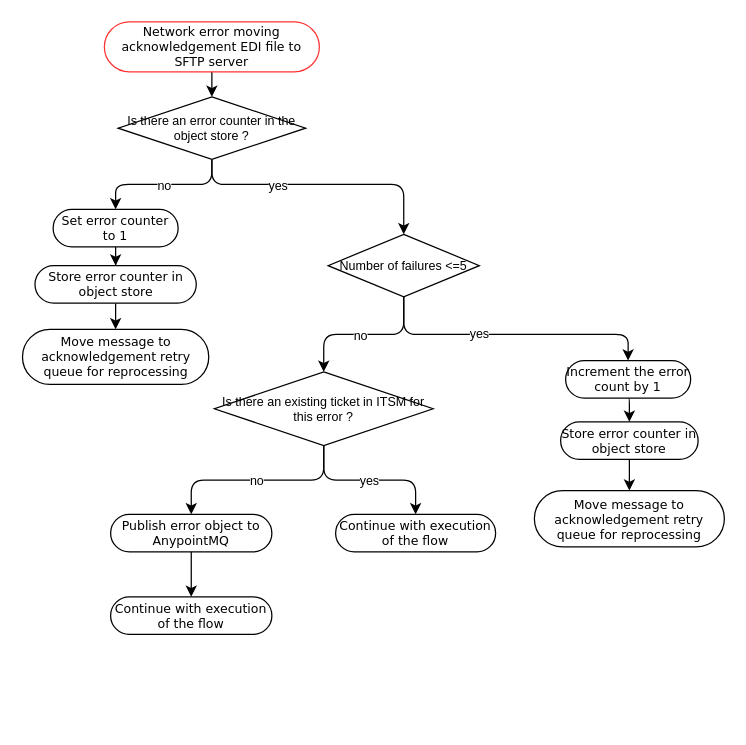
ahernandez1129/anypoint keeps this draw.io diagram as page "Error case 8" (16 of 19) of Copy of eInvoicing API Led.drawio. Above is the earlier version. Source tidied: cells renumbered, new cells numbered last; positions are measured from the earlier drawing's top-left corner, leaving out a move shared by most shapes. Both pictures are drawn from the tidied source at 125%, with x=0, y=0 at pixel (22, 21).
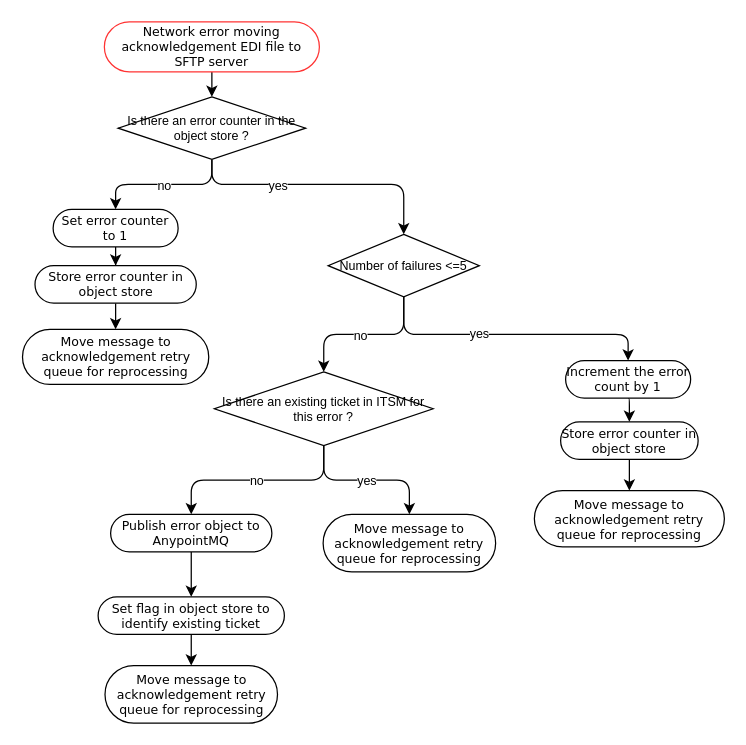
Above is the later version.

Diff of the diagram source:
```diff
@@
-    <mxCell id="22" value="Continue with execution of the flow" style="rounded=1;whiteSpace=wrap;html=1;shadow=0;comic=0;labelBackgroundColor=none;strokeColor=#000000;strokeWidth=1;fillColor=#ffffff;fontFamily=Verdana;fontSize=10;fontColor=#000000;align=center;arcSize=50;" parent="1" vertex="1">
-      <mxGeometry x="250" y="394" width="128" height="30" as="geometry" />
+    <mxCell id="22" value="Move message to acknowledgement retry queue for reprocessing" style="rounded=1;whiteSpace=wrap;html=1;shadow=0;comic=0;labelBackgroundColor=none;strokeColor=#000000;strokeWidth=1;fillColor=#ffffff;fontFamily=Verdana;fontSize=10;fontColor=#000000;align=center;arcSize=50;" parent="1" vertex="1">
+      <mxGeometry x="240" y="394" width="138" height="46" as="geometry" />
     </mxCell>
@@
+    <mxCell id="31" style="edgeStyle=orthogonalEdgeStyle;rounded=0;jettySize=auto;html=1;exitX=0.5;exitY=1;exitDx=0;exitDy=0;fontSize=10;" parent="1" edge="1" source="30" target="32">
+      <mxGeometry relative="1" as="geometry" />
+    </mxCell>
-    <mxCell id="30" value="&lt;span style=&quot;font-size: 10px&quot;&gt;Continue with execution of the flow&lt;/span&gt;" style="rounded=1;whiteSpace=wrap;html=1;shadow=0;comic=0;labelBackgroundColor=none;strokeColor=#000000;strokeWidth=1;fillColor=#ffffff;fontFamily=Verdana;fontSize=10;fontColor=#000000;align=center;arcSize=50;" parent="1" vertex="1">
-      <mxGeometry x="70" y="460" width="129" height="30" as="geometry" />
+    <mxCell id="30" value="Set flag in object store to identify existing ticket" style="rounded=1;whiteSpace=wrap;html=1;shadow=0;comic=0;labelBackgroundColor=none;strokeColor=#000000;strokeWidth=1;fillColor=#ffffff;fontFamily=Verdana;fontSize=10;fontColor=#000000;align=center;arcSize=50;" parent="1" vertex="1">
+      <mxGeometry x="60" y="460" width="149" height="30" as="geometry" />
     </mxCell>
+    <mxCell id="32" value="Move message to acknowledgement retry queue for reprocessing" style="rounded=1;whiteSpace=wrap;html=1;shadow=0;comic=0;labelBackgroundColor=none;strokeColor=#000000;strokeWidth=1;fillColor=#ffffff;fontFamily=Verdana;fontSize=10;fontColor=#000000;align=center;arcSize=50;" parent="1" vertex="1">
+      <mxGeometry x="65.5" y="515" width="138" height="46" as="geometry" />
+    </mxCell>
```
